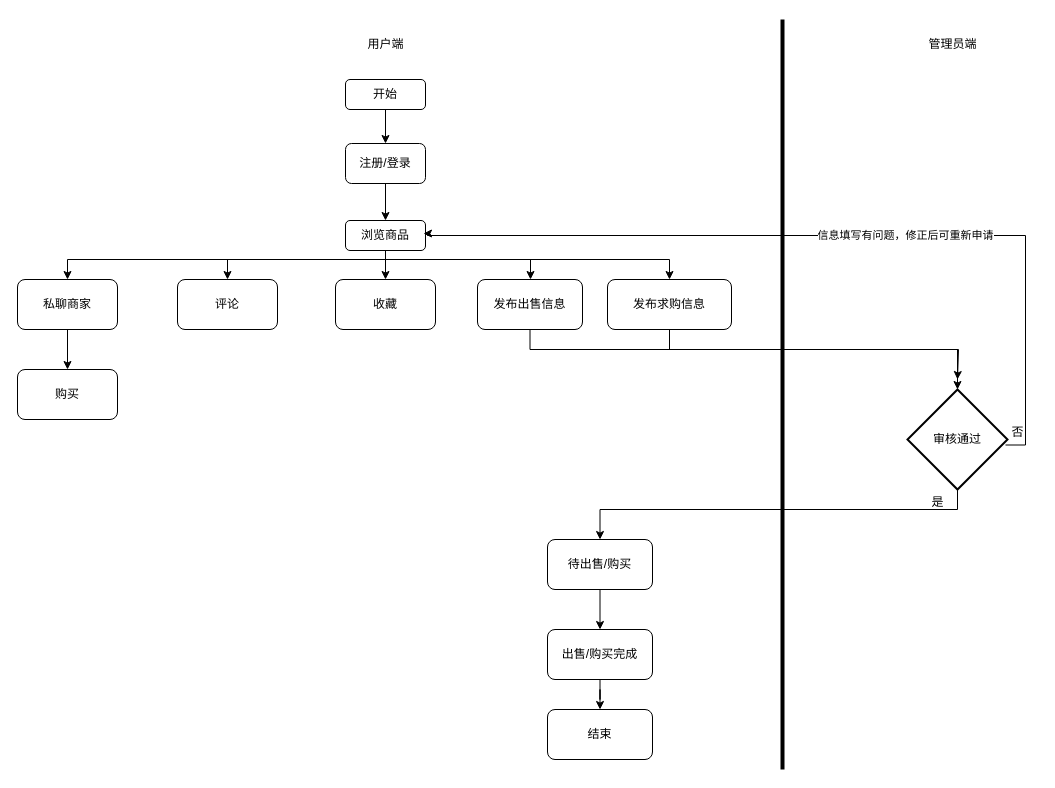
amazing-a/ER keeps this draw.io diagram as 跳蚤市场.drawio. Above is the earlier version. Source tidied: cells renumbered, new cells numbered last; positions are measured from the earlier drawing's top-left corner, leaving out a move shared by most shapes. Both pictures are drawn from the tidied source at 100%, with x=0, y=0 at pixel (17, 19).
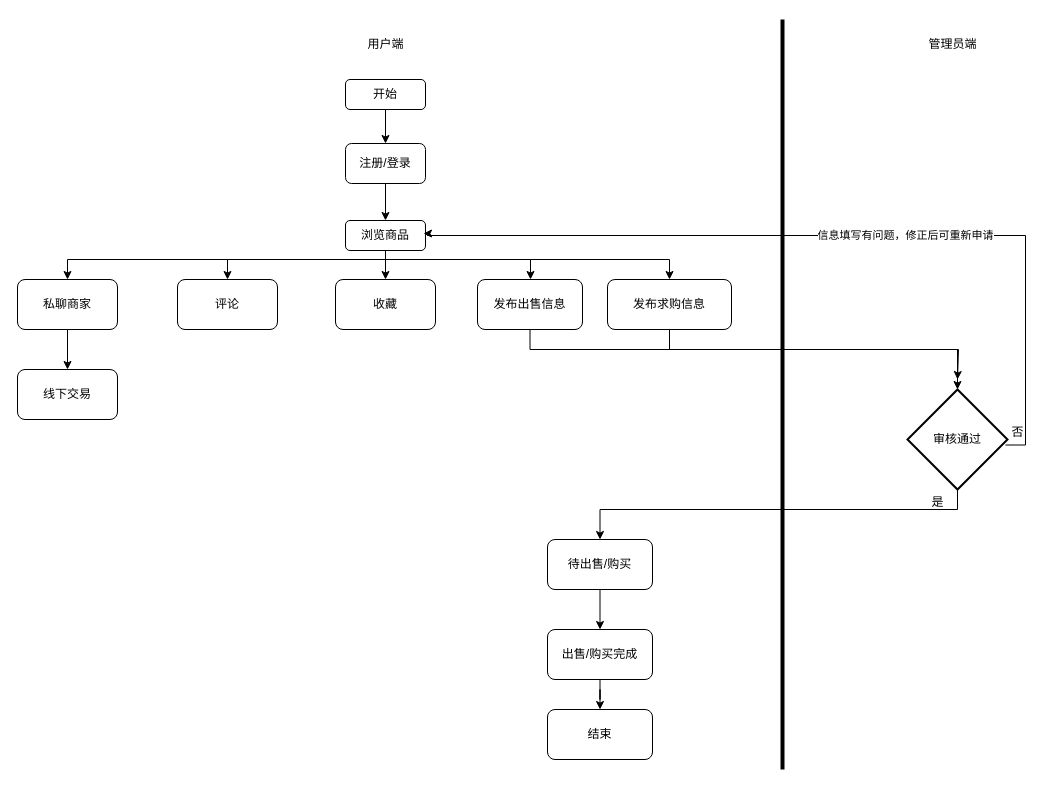
The same diagram, later.

Commit message (it also covers changes not shown here):
更新跳蚤市场.drawio

The edit, as a diff of the source:
```diff
@@
-    <mxCell id="34" value="购买" style="rounded=1;whiteSpace=wrap;html=1;" parent="1" vertex="1">
+    <mxCell id="34" value="线下交易" style="rounded=1;whiteSpace=wrap;html=1;" parent="1" vertex="1">
       <mxGeometry y="350" width="100" height="50" as="geometry" />
     </mxCell>
```
